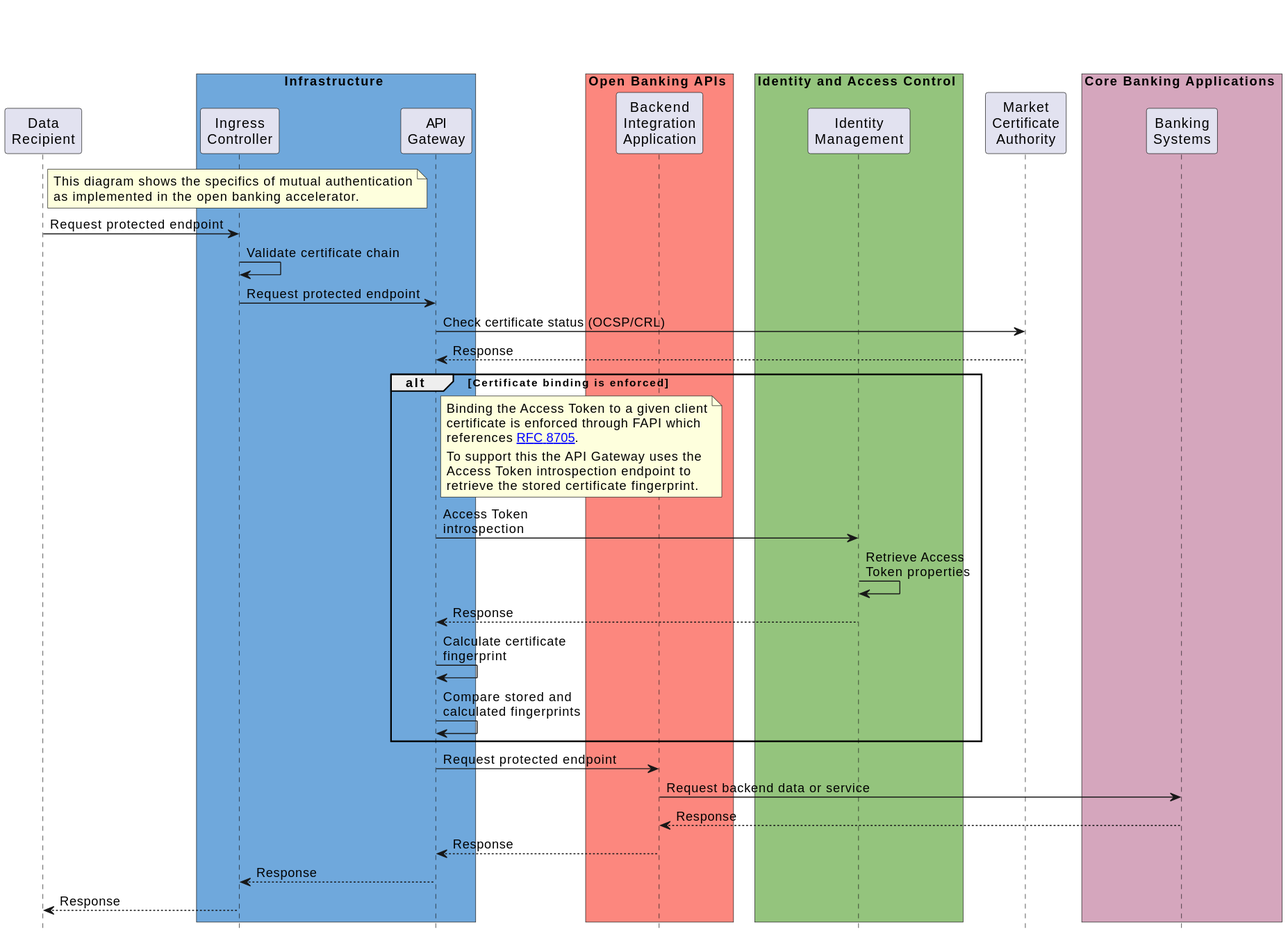
Axway/open-banking-docs keeps this PlantUML diagram as static/Images/Mutual_Authentication_Sequence.svg. Above is the earlier version.
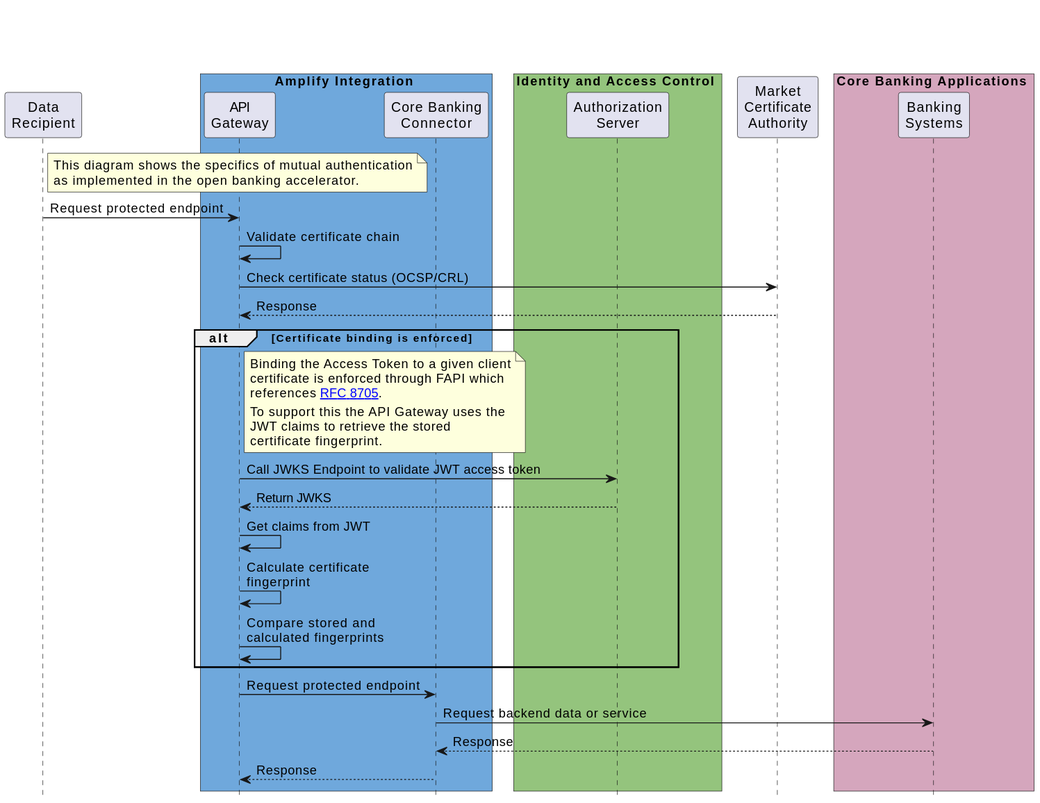
After the change.

Diff of the diagram source:
```diff
@@ -1,20 +1,15 @@
-@startuml Mutual_Authentication_Sequence
-
+@startuml
 title \n\n
 
 participant "Data\nRecipient" as DR
 
-box Infrastructure #6FA8DC
-participant "Ingress\nController" as INGRESS
+box Amplify Integration #6FA8DC
 participant "API\nGateway" as API_GATEWAY
-end box
-
-box Open Banking APIs #fc877e
-participant "Backend\nIntegration\nApplication" as BIA
+participant "Core Banking\nConnector" as CBC
 end box
 
 box Identity and Access Control #94c47d
-participant "Identity\nManagement" as IAM
+participant "Authorization\nServer" as IAM
 end box
 
 participant "Market\nCertificate\nAuthority" as CA
@@ -31,9 +26,8 @@
 as implemented in the open banking accelerator.
 end note
 
-DR -> INGRESS: Request protected endpoint
-INGRESS -> INGRESS: Validate certificate chain
-INGRESS -> API_GATEWAY: Request protected endpoint
+DR -> API_GATEWAY: Request protected endpoint
+API_GATEWAY -> API_GATEWAY: Validate certificate chain
 API_GATEWAY -> CA: Check certificate status (OCSP/CRL)
 API_GATEWAY <-- CA: Response
 
@@ -45,22 +39,19 @@
 references [[https://datatracker.ietf.org/doc/html/rfc8705 RFC 8705]].
 |||
 To support this the API Gateway uses the
-Access Token introspection endpoint to
-retrieve the stored certificate fingerprint.
+JWT claims to retrieve the stored
+certificate fingerprint.
 end note
 
-API_GATEWAY -> IAM: Access Token\nintrospection
-IAM -> IAM: Retrieve Access\nToken properties
-API_GATEWAY <-- IAM: Response
+API_GATEWAY -> IAM: Call JWKS Endpoint to validate JWT access token
+API_GATEWAY <-- IAM: Return JWKS
+API_GATEWAY -> API_GATEWAY: Get claims from JWT
 API_GATEWAY -> API_GATEWAY: Calculate certificate\nfingerprint
 API_GATEWAY -> API_GATEWAY: Compare stored and\ncalculated fingerprints
 end alt
 
-API_GATEWAY -> BIA: Request protected endpoint
-BIA -> ASPSP_API: Request backend data or service
-BIA <-- ASPSP_API: Response
-API_GATEWAY <-- BIA: Response
-INGRESS <-- API_GATEWAY: Response
-DR <-- INGRESS: Response
-
+API_GATEWAY -> CBC: Request protected endpoint
+CBC -> ASPSP_API: Request backend data or service
+CBC <-- ASPSP_API: Response
+API_GATEWAY <-- CBC: Response
 @enduml
```
